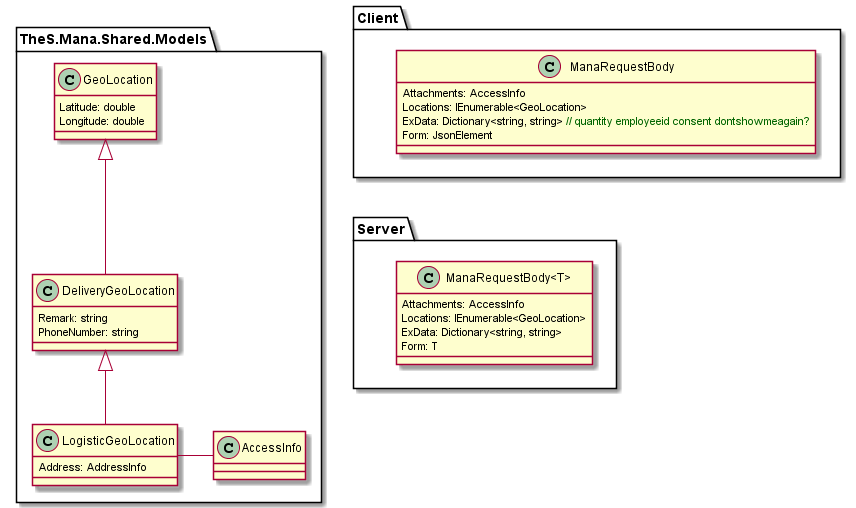
Before: ManaRequestBody/out/manarequestbody/ManaRequestBody.png, a diagram exported from PlantUML (BugLordTO/cart-ideas).
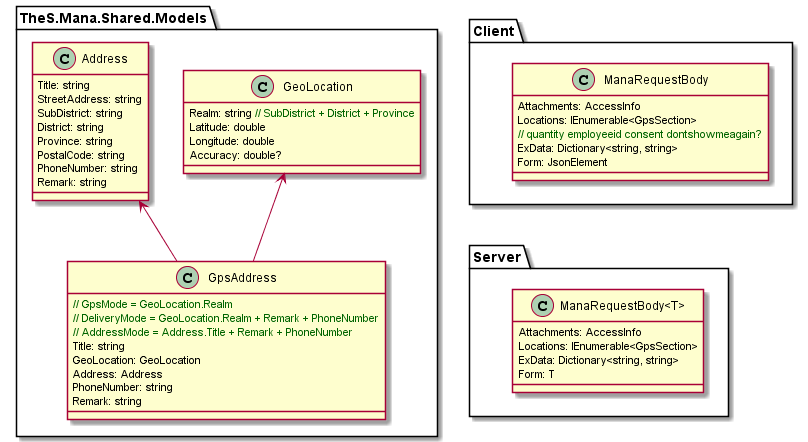
The same diagram one commit later.

What changed in the source:
```diff
@@ -4,25 +4,42 @@
 
 package TheS.Mana.Shared.Models {
     class GeoLocation {
+        Realm: string COMMENT(// SubDistrict + District + Province)
         Latitude: double
         Longitude: double
+        Accuracy: double?
     }
-    class DeliveryGeoLocation extends GeoLocation {
+    class Address {
+        Title: string
+        StreetAddress: string
+        SubDistrict: string
+        District: string
+        Province: string
+        PostalCode: string
+        PhoneNumber: string
         Remark: string
+    }
+
+    class GpsAddress {
+        COMMENT(// GpsMode = GeoLocation.Realm)
+        COMMENT(// DeliveryMode = GeoLocation.Realm + Remark + PhoneNumber)
+        COMMENT(// AddressMode = Address.Title + Remark + PhoneNumber)
+        Title: string
+        GeoLocation: GeoLocation
+        Address: Address
         PhoneNumber: string
+        Remark: string
     }
-    class LogisticGeoLocation extends DeliveryGeoLocation {
-        Address: AddressInfo
-    }
-    class AccessInfo { }
-    AccessInfo -l- LogisticGeoLocation
+    GeoLocation <-- GpsAddress
+    Address <-- GpsAddress
 }
 
 package Client {
     class ManaRequestBody {
         Attachments: AccessInfo
-        Locations: IEnumerable<GeoLocation>
-        ExData: Dictionary<string, string> COMMENT(// quantity employeeid consent dontshowmeagain?)
+        Locations: IEnumerable<GpsSection>
+        COMMENT(// quantity employeeid consent dontshowmeagain?)
+        ExData: Dictionary<string, string>
         Form: JsonElement
     }
 }
@@ -30,7 +47,7 @@
 package Server {
     class "ManaRequestBody<T>" {
         Attachments: AccessInfo
-        Locations: IEnumerable<GeoLocation>
+        Locations: IEnumerable<GpsSection>
         ExData: Dictionary<string, string>
         Form: T
     }
```
